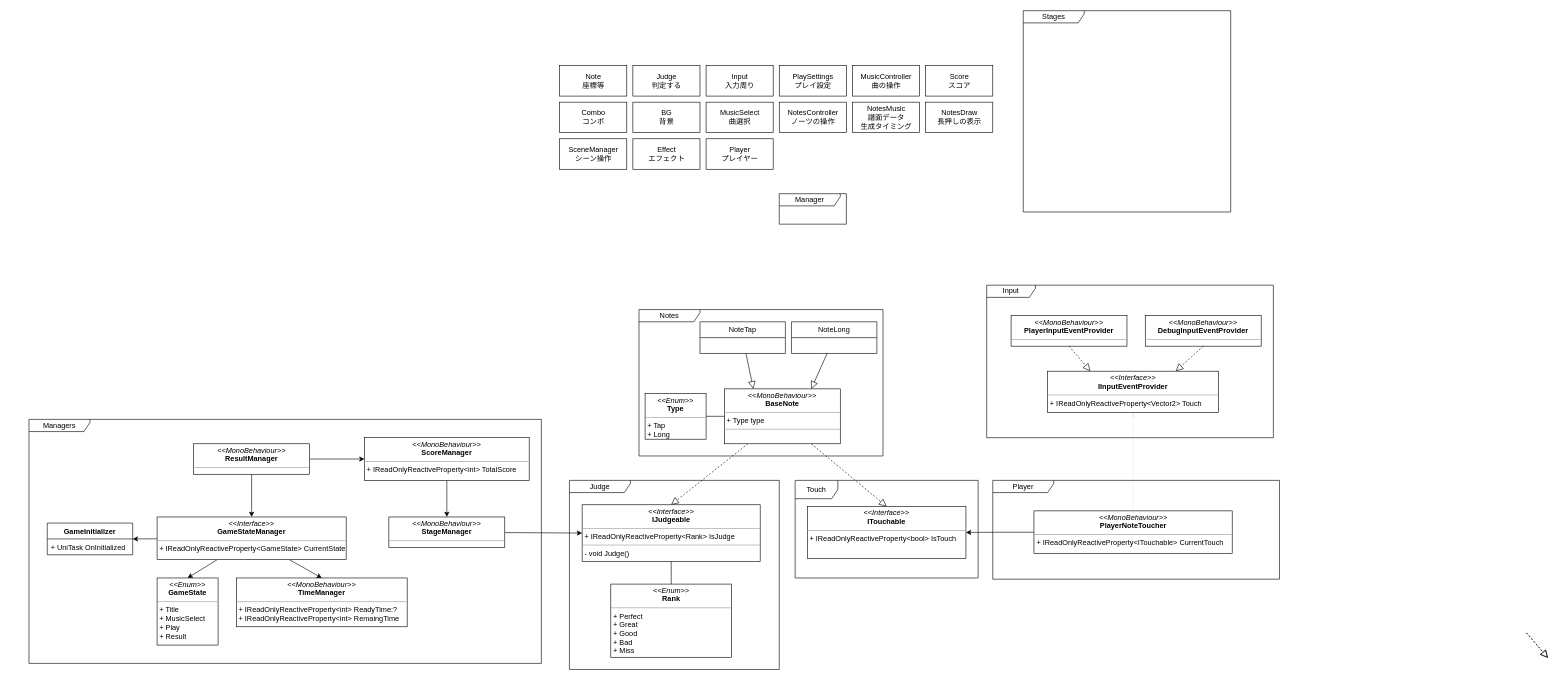
The draw.io diagram Assets/Ringtone/Documents~/Ringtone.drawio in eorfeorf/Ringtone, before the edit. Source tidied: cells renumbered, new cells numbered last; positions are measured from the earlier drawing's top-left corner, leaving out a move shared by most shapes. Both pictures are drawn from the tidied source at 61%, with x=0, y=0 at pixel (29, 10).
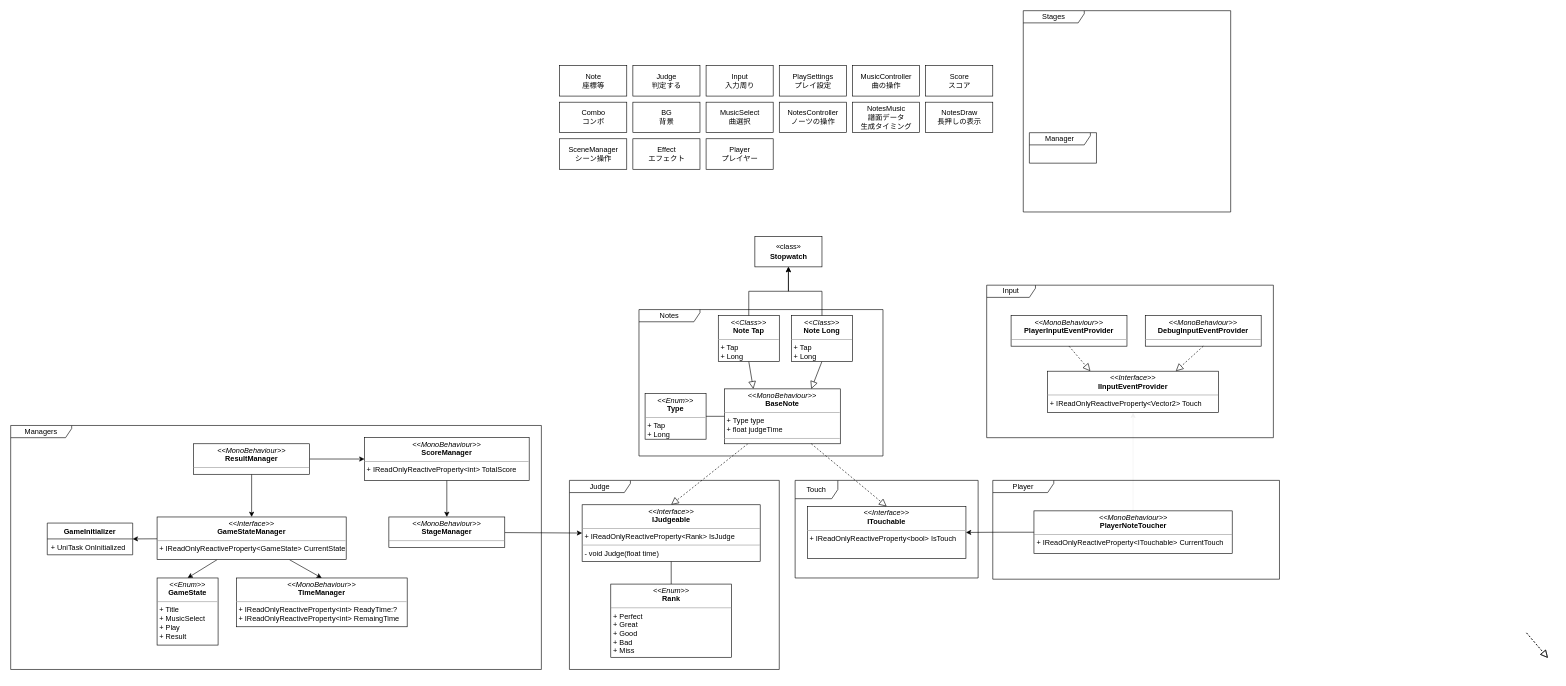
After the change.

Commit message:
判定に必要な時間の概念（Stopwatch）を追加

Unchanged cells that the change refers to:
```xml
<mxCell id="24" style="group;" parent="23" vertex="1">
  <mxGeometry width="344" height="320" as="geometry" />
</mxCell>
```

Diff of the diagram source:
```diff
@@
     <mxCell id="3" value="Managers" style="shape=umlFrame;whiteSpace=wrap;html=1;width=100;height=20;" parent="1" vertex="1">
-      <mxGeometry y="670" width="840" height="400" as="geometry" />
+      <mxGeometry x="-30" y="680" width="870" height="400" as="geometry" />
     </mxCell>
@@
     <mxCell id="19" value="Manager" style="shape=umlFrame;whiteSpace=wrap;html=1;width=100;height=20;" parent="1" vertex="1">
-      <mxGeometry x="1230" y="300" width="110" height="50" as="geometry" />
+      <mxGeometry x="1640" y="200" width="110" height="50" as="geometry" />
     </mxCell>
@@
-    <mxCell id="22" value="&lt;p style=&quot;margin: 0px ; margin-top: 4px ; text-align: center&quot;&gt;&lt;i&gt;&amp;lt;&amp;lt;MonoBehaviour&amp;gt;&amp;gt;&lt;/i&gt;&lt;br&gt;&lt;b&gt;BaseNote&lt;/b&gt;&lt;/p&gt;&lt;hr size=&quot;1&quot;&gt;&lt;p style=&quot;margin: 0px ; margin-left: 4px&quot;&gt;+ Type type&lt;/p&gt;&lt;hr size=&quot;1&quot;&gt;&lt;p style=&quot;margin: 0px ; margin-left: 4px&quot;&gt;&lt;br&gt;&lt;/p&gt;" style="verticalAlign=top;align=left;overflow=fill;fontSize=12;fontFamily=Helvetica;html=1;" parent="1" vertex="1">
+    <mxCell id="22" value="&lt;p style=&quot;margin: 0px ; margin-top: 4px ; text-align: center&quot;&gt;&lt;i&gt;&amp;lt;&amp;lt;MonoBehaviour&amp;gt;&amp;gt;&lt;/i&gt;&lt;br&gt;&lt;b&gt;BaseNote&lt;/b&gt;&lt;/p&gt;&lt;hr size=&quot;1&quot;&gt;&lt;p style=&quot;margin: 0px ; margin-left: 4px&quot;&gt;+ Type type&lt;/p&gt;&lt;p style=&quot;margin: 0px ; margin-left: 4px&quot;&gt;+ float judgeTime&lt;/p&gt;&lt;hr size=&quot;1&quot;&gt;&lt;p style=&quot;margin: 0px ; margin-left: 4px&quot;&gt;&lt;br&gt;&lt;/p&gt;" style="verticalAlign=top;align=left;overflow=fill;fontSize=12;fontFamily=Helvetica;html=1;" parent="1" vertex="1">
       <mxGeometry x="1140" y="620" width="190" height="90" as="geometry" />
     </mxCell>
@@
-    <mxCell id="27" value="&lt;p style=&quot;margin: 0px ; margin-top: 4px ; text-align: center&quot;&gt;&lt;i&gt;&amp;lt;&amp;lt;Interface&amp;gt;&amp;gt;&lt;/i&gt;&lt;br&gt;&lt;b&gt;IJudgeable&lt;/b&gt;&lt;/p&gt;&lt;hr size=&quot;1&quot;&gt;&lt;p style=&quot;margin: 0px ; margin-left: 4px&quot;&gt;+ IReadOnlyReactiveProperty&amp;lt;Rank&amp;gt; IsJudge&lt;/p&gt;&lt;hr size=&quot;1&quot;&gt;&lt;p style=&quot;margin: 0px ; margin-left: 4px&quot;&gt;- void Judge()&lt;/p&gt;" style="verticalAlign=top;align=left;overflow=fill;fontSize=12;fontFamily=Helvetica;html=1;" parent="24" vertex="1">
+    <mxCell id="27" value="&lt;p style=&quot;margin: 0px ; margin-top: 4px ; text-align: center&quot;&gt;&lt;i&gt;&amp;lt;&amp;lt;Interface&amp;gt;&amp;gt;&lt;/i&gt;&lt;br&gt;&lt;b&gt;IJudgeable&lt;/b&gt;&lt;/p&gt;&lt;hr size=&quot;1&quot;&gt;&lt;p style=&quot;margin: 0px ; margin-left: 4px&quot;&gt;+ IReadOnlyReactiveProperty&amp;lt;Rank&amp;gt; IsJudge&lt;/p&gt;&lt;hr size=&quot;1&quot;&gt;&lt;p style=&quot;margin: 0px ; margin-left: 4px&quot;&gt;- void Judge(float time)&lt;/p&gt;" style="verticalAlign=top;align=left;overflow=fill;fontSize=12;fontFamily=Helvetica;html=1;" parent="24" vertex="1">
       <mxGeometry x="20.8" y="40" width="291.9" height="92.7" as="geometry" />
     </mxCell>
@@
-    <mxCell id="29" style="edgeStyle=none;rounded=0;jettySize=auto;html=1;entryX=0.25;entryY=0;entryDx=0;entryDy=0;endArrow=block;endFill=0;endSize=10;strokeWidth=1;" parent="1" edge="1" source="51" target="22">
+    <mxCell id="29" style="edgeStyle=none;rounded=0;jettySize=auto;html=1;entryX=0.25;entryY=0;entryDx=0;entryDy=0;endArrow=block;endFill=0;endSize=10;strokeWidth=1;exitX=0.5;exitY=1;exitDx=0;exitDy=0;" parent="1" edge="1" source="69" target="22">
       <mxGeometry relative="1" as="geometry" />
     </mxCell>
-    <mxCell id="30" style="edgeStyle=none;rounded=0;jettySize=auto;html=1;endArrow=block;endFill=0;endSize=10;strokeWidth=1;entryX=0.75;entryY=0;entryDx=0;entryDy=0;" parent="1" edge="1" source="52" target="22">
+    <mxCell id="30" style="edgeStyle=none;rounded=0;jettySize=auto;html=1;endArrow=block;endFill=0;endSize=10;strokeWidth=1;entryX=0.75;entryY=0;entryDx=0;entryDy=0;exitX=0.5;exitY=1;exitDx=0;exitDy=0;" parent="1" edge="1" source="71" target="22">
       <mxGeometry relative="1" as="geometry" />
     </mxCell>
@@
-    <mxCell id="51" value="NoteTap" style="swimlane;fontStyle=0;horizontal=1;startSize=26;fillColor=none;" parent="1" vertex="1">
-      <mxGeometry x="1100" y="510" width="140" height="52" as="geometry" />
-    </mxCell>
-    <mxCell id="52" value="NoteLong" style="swimlane;fontStyle=0;horizontal=1;startSize=26;fillColor=none;" parent="1" vertex="1">
-      <mxGeometry x="1250" y="510" width="140" height="52" as="geometry" />
-    </mxCell>
@@
+    <mxCell id="67" value="«class»&lt;br&gt;&lt;b&gt;Stopwatch&lt;/b&gt;" style="html=1;" parent="1" vertex="1">
+      <mxGeometry x="1190" y="370" width="110" height="50" as="geometry" />
+    </mxCell>
+    <mxCell id="68" style="edgeStyle=orthogonalEdgeStyle;rounded=0;jettySize=auto;html=1;entryX=0.5;entryY=1;entryDx=0;entryDy=0;" parent="1" edge="1" source="69" target="67">
+      <mxGeometry relative="1" as="geometry" />
+    </mxCell>
+    <mxCell id="69" value="&lt;p style=&quot;margin: 0px ; margin-top: 4px ; text-align: center&quot;&gt;&lt;i&gt;&amp;lt;&amp;lt;Class&amp;gt;&amp;gt;&lt;/i&gt;&lt;br&gt;&lt;b&gt;Note Tap&lt;/b&gt;&lt;/p&gt;&lt;hr size=&quot;1&quot;&gt;&lt;p style=&quot;margin: 0px ; margin-left: 4px&quot;&gt;+ Tap&lt;br&gt;&lt;/p&gt;&lt;p style=&quot;margin: 0px ; margin-left: 4px&quot;&gt;+ Long&lt;/p&gt;" style="verticalAlign=top;align=left;overflow=fill;fontSize=12;fontFamily=Helvetica;html=1;" parent="1" vertex="1">
+      <mxGeometry x="1130" y="500" width="100" height="75" as="geometry" />
+    </mxCell>
+    <mxCell id="70" style="edgeStyle=orthogonalEdgeStyle;rounded=0;jettySize=auto;html=1;entryX=0.5;entryY=1;entryDx=0;entryDy=0;" parent="1" edge="1" source="71" target="67">
+      <mxGeometry relative="1" as="geometry" />
+    </mxCell>
+    <mxCell id="71" value="&lt;p style=&quot;margin: 0px ; margin-top: 4px ; text-align: center&quot;&gt;&lt;i&gt;&amp;lt;&amp;lt;Class&amp;gt;&amp;gt;&lt;/i&gt;&lt;br&gt;&lt;b&gt;Note Long&lt;/b&gt;&lt;/p&gt;&lt;hr size=&quot;1&quot;&gt;&lt;p style=&quot;margin: 0px ; margin-left: 4px&quot;&gt;+ Tap&lt;br&gt;&lt;/p&gt;&lt;p style=&quot;margin: 0px ; margin-left: 4px&quot;&gt;+ Long&lt;/p&gt;" style="verticalAlign=top;align=left;overflow=fill;fontSize=12;fontFamily=Helvetica;html=1;" parent="1" vertex="1">
+      <mxGeometry x="1250" y="500" width="100" height="75" as="geometry" />
+    </mxCell>
```
